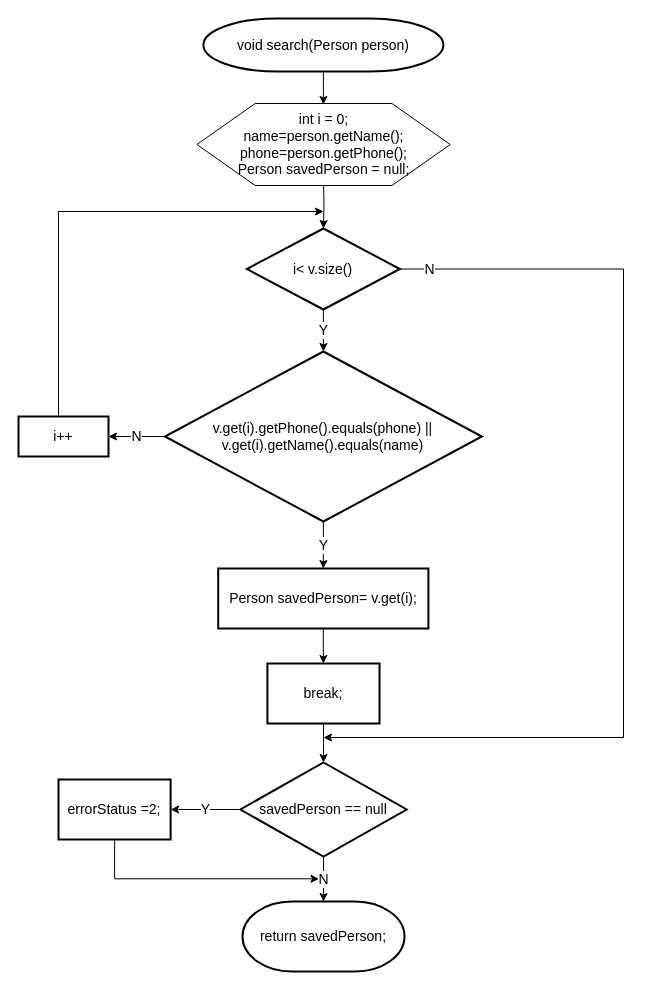
Earlier version of the draw.io diagram 순서도/Search 기능.drawio (skatld123/PH_list_java). Source tidied: cells renumbered, new cells numbered last; positions are measured from the earlier drawing's top-left corner, leaving out a move shared by most shapes. Both pictures are drawn from the tidied source at 100%, with x=0, y=0 at pixel (18, 18).
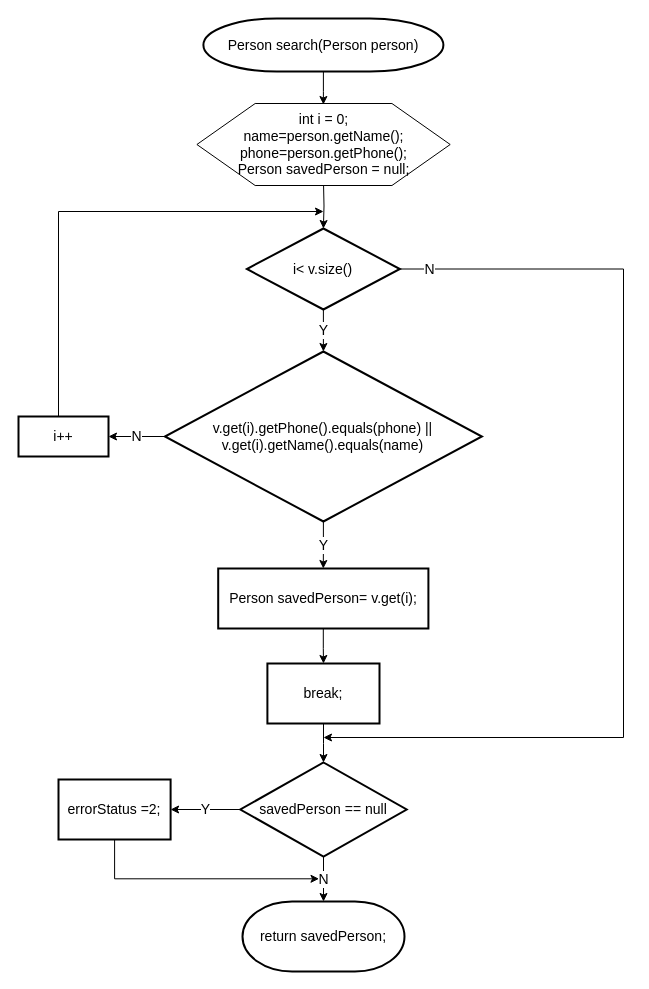
The same diagram, later.

Commit message:
Search 기능.drawio 업데이트

The edit, as a diff of the source:
```diff
@@
-    <mxCell id="12" value="&lt;span style=&quot;text-align: left ; font-size: 14px&quot;&gt;void search(Person person)&lt;/span&gt;" style="strokeWidth=2;html=1;shape=mxgraph.flowchart.terminator;whiteSpace=wrap;fontSize=14;" parent="1" vertex="1">
+    <mxCell id="12" value="&lt;span style=&quot;text-align: left ; font-size: 14px&quot;&gt;Person search(Person person)&lt;/span&gt;" style="strokeWidth=2;html=1;shape=mxgraph.flowchart.terminator;whiteSpace=wrap;fontSize=14;" parent="1" vertex="1">
       <mxGeometry x="184.9" width="240" height="53" as="geometry" />
     </mxCell>
```
